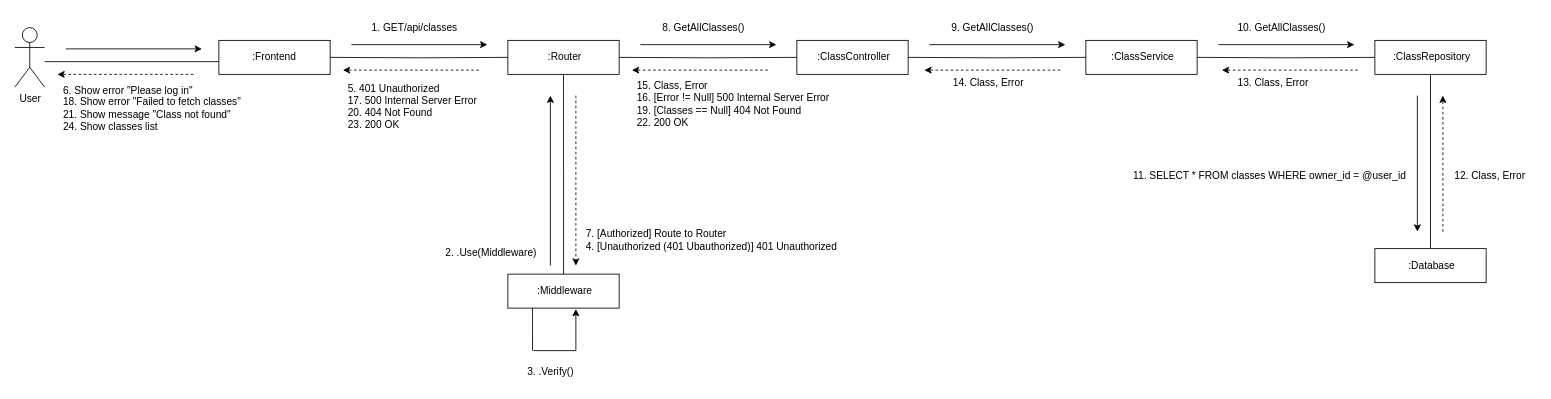
Before: page "CD-Create-quiz-main" (2 of 4) of CD-Create-Quiz/CD-Create-quiz.drawio in CS371-Project-Management/CS371-Collaboration-Diagram, a draw.io diagram. Source tidied: cells renumbered, new cells numbered last; positions are measured from the earlier drawing's top-left corner, leaving out a move shared by most shapes. Both pictures are drawn from the tidied source at 85%, with x=0, y=0 at pixel (14, 14).
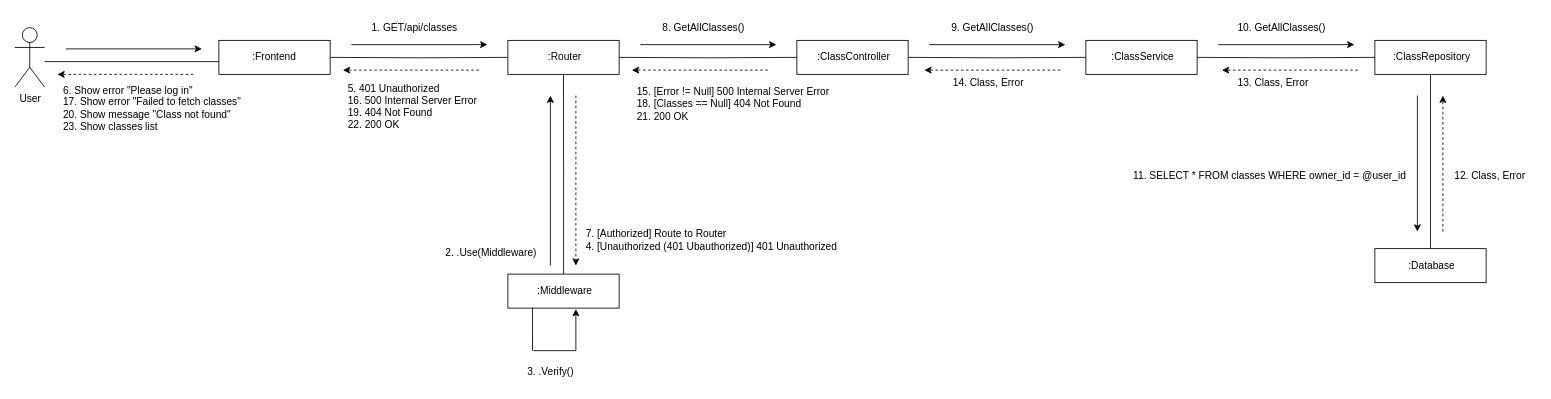
The same page after the edit.

The edit, as a diff of the source:
```diff
@@
-    <mxCell id="35" value="&lt;div align=&quot;left&quot;&gt;5. 401 Unauthorized&lt;/div&gt;&lt;div align=&quot;left&quot;&gt;17. 500 Internal Server Error&lt;/div&gt;&lt;div align=&quot;left&quot;&gt;20. 404 Not Found&lt;/div&gt;&lt;div align=&quot;left&quot;&gt;23. 200 OK&lt;/div&gt;&lt;div align=&quot;left&quot;&gt;&lt;br&gt;&lt;/div&gt;" style="text;html=1;align=left;verticalAlign=middle;strokeColor=none;fillColor=none;" parent="1" vertex="1">
+    <mxCell id="35" value="&lt;div align=&quot;left&quot;&gt;5. 401 Unauthorized&lt;/div&gt;&lt;div align=&quot;left&quot;&gt;16. 500 Internal Server Error&lt;/div&gt;&lt;div align=&quot;left&quot;&gt;19. 404 Not Found&lt;/div&gt;&lt;div align=&quot;left&quot;&gt;22. 200 OK&lt;/div&gt;&lt;div align=&quot;left&quot;&gt;&lt;br&gt;&lt;/div&gt;" style="text;html=1;align=left;verticalAlign=middle;strokeColor=none;fillColor=none;" parent="1" vertex="1">
       <mxGeometry x="390" y="70" width="190" height="90" as="geometry" />
     </mxCell>
-    <mxCell id="36" value="&lt;div&gt;6. Show error &quot;Please log in&quot;&lt;/div&gt;&lt;div&gt;18. Show error &quot;Failed to fetch classes&quot;&lt;/div&gt;&lt;div&gt;21. Show message &quot;Class not found&quot;&lt;/div&gt;&lt;div&gt;24. Show classes list&lt;/div&gt;" style="text;html=1;align=left;verticalAlign=middle;strokeColor=none;fillColor=none;" parent="1" vertex="1">
+    <mxCell id="36" value="&lt;div&gt;6. Show error &quot;Please log in&quot;&lt;/div&gt;&lt;div&gt;17. Show error &quot;Failed to fetch classes&quot;&lt;/div&gt;&lt;div&gt;20. Show message &quot;Class not found&quot;&lt;/div&gt;&lt;div&gt;23. Show classes list&lt;/div&gt;" style="text;html=1;align=left;verticalAlign=middle;strokeColor=none;fillColor=none;" parent="1" vertex="1">
       <mxGeometry x="55" y="75" width="240" height="70" as="geometry" />
     </mxCell>
@@
-    <mxCell id="48" value="&lt;div align=&quot;left&quot;&gt;15. Class, Error&lt;/div&gt;&lt;div align=&quot;left&quot;&gt;16. [Error != Null] 500 Internal Server Error&lt;/div&gt;&lt;div align=&quot;left&quot;&gt;19. [Classes == Null] 404 Not Found&lt;/div&gt;&lt;div align=&quot;left&quot;&gt;22. 200 OK&lt;/div&gt;" style="text;html=1;align=left;verticalAlign=middle;strokeColor=none;fillColor=none;" parent="1" vertex="1">
-      <mxGeometry x="730" y="70" width="270" height="70" as="geometry" />
+    <mxCell id="48" value="&lt;div align=&quot;left&quot;&gt;15. [Error != Null] 500 Internal Server Error&lt;/div&gt;&lt;div align=&quot;left&quot;&gt;18. [Classes == Null] 404 Not Found&lt;/div&gt;&lt;div align=&quot;left&quot;&gt;21. 200 OK&lt;/div&gt;" style="text;html=1;align=left;verticalAlign=middle;strokeColor=none;fillColor=none;" parent="1" vertex="1">
+      <mxGeometry x="730" y="75" width="270" height="60" as="geometry" />
     </mxCell>
```
